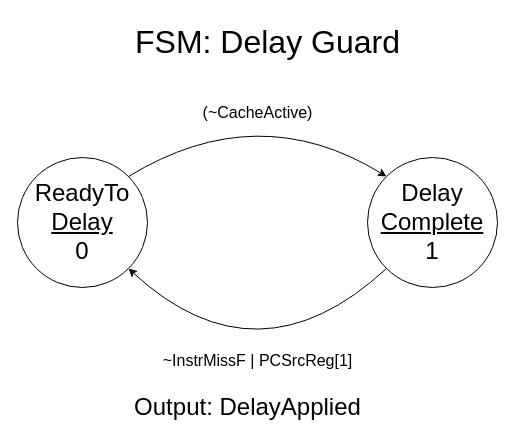
Earlier version of the draw.io diagram page "Instruction Cache Control FSM's" (5 of 5) of Documentation/RISC-V Pipelined Schematic.drawio (Biggo03/RISC-V-Pipelined). Source tidied: cells renumbered, new cells numbered last; positions are measured from the earlier drawing's top-left corner, leaving out a move shared by most shapes. Both pictures are drawn from the tidied source at 100%, with x=0, y=0 at pixel (17, 17).
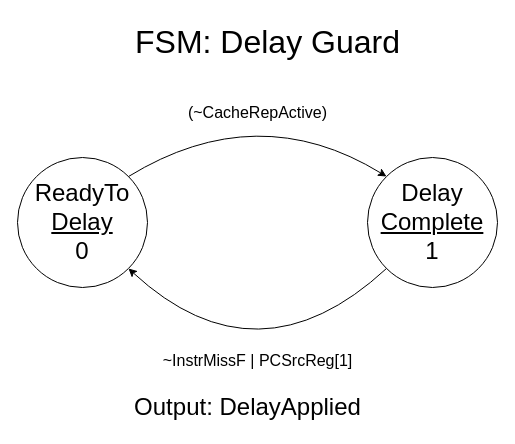
The same page after the edit.

What changed in the source:
```diff
@@
 <mxGraphModel>
   <root>
     <mxCell id="0" />
     <mxCell id="1" parent="0" />
     <mxCell id="2" value="&lt;span style=&quot;font-size: 24px;&quot;&gt;ReadyTo&lt;/span&gt;&lt;div&gt;&lt;span style=&quot;font-size: 24px;&quot;&gt;&lt;u&gt;Delay&lt;br&gt;&lt;/u&gt;&lt;/span&gt;&lt;div&gt;&lt;span style=&quot;font-size: 24px;&quot;&gt;0&lt;/span&gt;&lt;/div&gt;&lt;/div&gt;" style="ellipse;whiteSpace=wrap;html=1;" parent="1" vertex="1">
       <mxGeometry y="140" width="130" height="130" as="geometry" />
     </mxCell>
     <mxCell id="3" value="&lt;span style=&quot;font-size: 24px;&quot;&gt;Delay&lt;/span&gt;&lt;div&gt;&lt;span style=&quot;font-size: 24px;&quot;&gt;&lt;u&gt;Complete&lt;/u&gt;&lt;br&gt;&lt;/span&gt;&lt;div&gt;&lt;div&gt;&lt;font style=&quot;font-size: 24px;&quot;&gt;1&lt;/font&gt;&lt;/div&gt;&lt;/div&gt;&lt;/div&gt;" style="ellipse;whiteSpace=wrap;html=1;" parent="1" vertex="1">
       <mxGeometry x="350" y="140" width="130" height="130" as="geometry" />
     </mxCell>
     <mxCell id="4" style="endArrow=classic;html=1;rounded=0;exitX=1;exitY=0;exitDx=0;exitDy=0;entryX=0;entryY=0;entryDx=0;entryDy=0;curved=1;" parent="1" edge="1" source="2" target="3">
       <mxGeometry relative="1" as="geometry">
         <Array as="points">
           <mxPoint x="240" y="80" />
         </Array>
       </mxGeometry>
     </mxCell>
     <mxCell id="5" style="endArrow=classic;html=1;rounded=0;exitX=0;exitY=1;exitDx=0;exitDy=0;entryX=1;entryY=1;entryDx=0;entryDy=0;curved=1;" parent="1" edge="1" source="3" target="2">
       <mxGeometry relative="1" as="geometry">
         <Array as="points">
           <mxPoint x="240" y="370" />
         </Array>
       </mxGeometry>
     </mxCell>
-    <mxCell id="6" value="&lt;font style=&quot;font-size: 16px;&quot;&gt;(~CacheActive)&lt;/font&gt;" style="text;html=1;align=center;verticalAlign=middle;strokeColor=none;fillColor=none;" parent="1" vertex="1">
-      <mxGeometry x="175" y="80" width="130" height="30" as="geometry" />
+    <mxCell id="6" value="&lt;font style=&quot;font-size: 16px;&quot;&gt;(~CacheRepActive)&lt;/font&gt;" style="text;html=1;align=center;verticalAlign=middle;strokeColor=none;fillColor=none;" parent="1" vertex="1">
+      <mxGeometry x="160" y="80" width="160" height="30" as="geometry" />
     </mxCell>
     <mxCell id="7" value="&lt;font style=&quot;font-size: 16px;&quot;&gt;~InstrMissF | PCSrcReg[1]&lt;/font&gt;" style="text;html=1;align=center;verticalAlign=middle;strokeColor=none;fillColor=none;" parent="1" vertex="1">
       <mxGeometry x="135" y="328" width="210" height="30" as="geometry" />
     </mxCell>
     <mxCell id="8" value="&lt;font style=&quot;font-size: 32px;&quot;&gt;FSM: Delay Guard&lt;/font&gt;" style="text;html=1;align=center;verticalAlign=middle;strokeColor=none;fillColor=none;" parent="1" vertex="1">
       <mxGeometry x="105" width="290" height="50" as="geometry" />
     </mxCell>
     <mxCell id="9" value="&lt;font style=&quot;font-size: 24px;&quot;&gt;Output: DelayApplied&lt;/font&gt;" style="text;html=1;align=center;verticalAlign=middle;strokeColor=none;fillColor=none;" parent="1" vertex="1">
       <mxGeometry x="105" y="370" width="250" height="40" as="geometry" />
     </mxCell>
   </root>
 </mxGraphModel>
```
